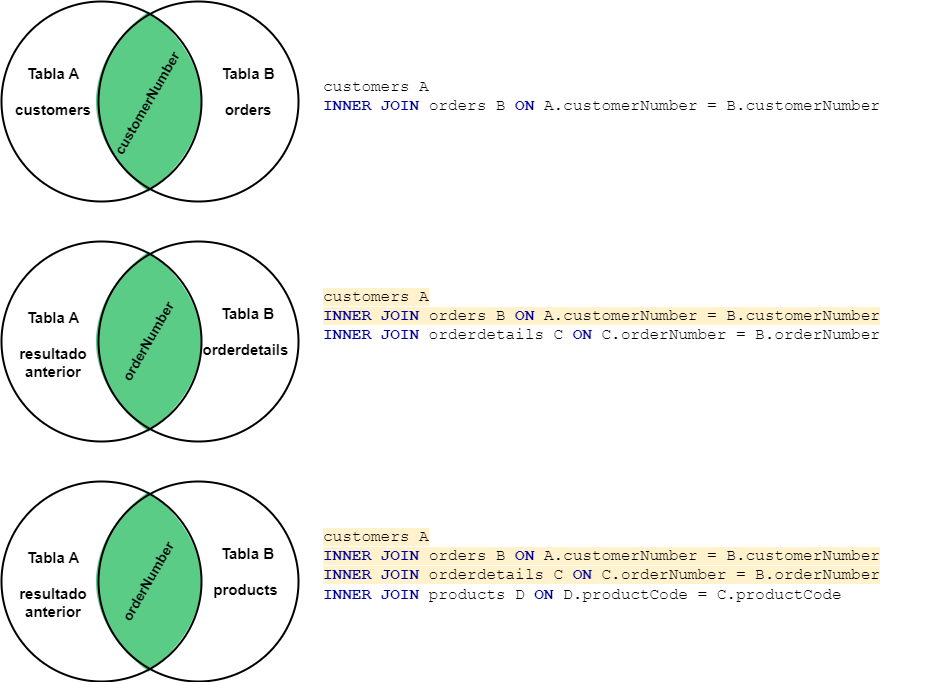
The draw.io diagram markdowns/JoinsCascada.png in mayracmg/playground-sql-facilito, before a commit. Source tidied: cells renumbered, new cells last; positions are measured from the earlier drawing's top-left corner, leaving out a move shared by most shapes.
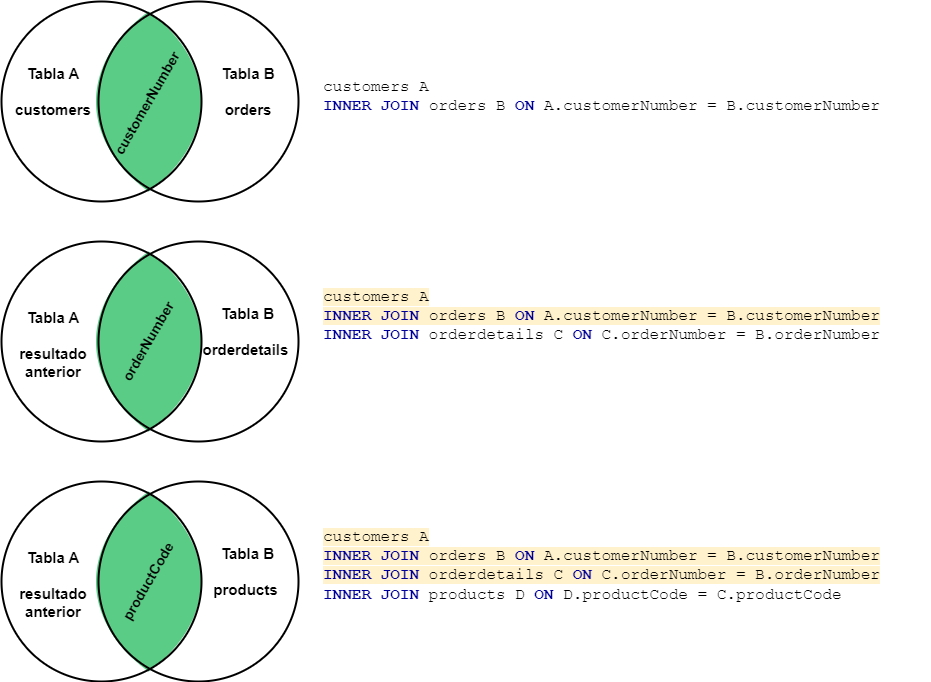
After the change.

Diff of the diagram source:
```diff
@@ -71,7 +71,7 @@
     <mxCell id="24" value="Tabla B&lt;br&gt;&lt;br&gt;products&amp;nbsp;" style="text;html=1;strokeColor=none;fillColor=none;align=center;verticalAlign=middle;whiteSpace=wrap;rounded=0;fontStyle=1;fontSize=15;" parent="19" vertex="1">
       <mxGeometry x="210" y="60" width="73" height="60" as="geometry" />
     </mxCell>
-    <mxCell id="25" value="orderNumber" style="text;html=1;strokeColor=none;fillColor=none;align=center;verticalAlign=middle;whiteSpace=wrap;rounded=0;fontStyle=1;rotation=-60;fontSize=14;" parent="19" vertex="1">
+    <mxCell id="25" value="productCode" style="text;html=1;strokeColor=none;fillColor=none;align=center;verticalAlign=middle;whiteSpace=wrap;rounded=0;fontStyle=1;rotation=-60;fontSize=14;" parent="19" vertex="1">
       <mxGeometry x="107" y="85" width="80" height="30" as="geometry" />
     </mxCell>
   </root>
```
